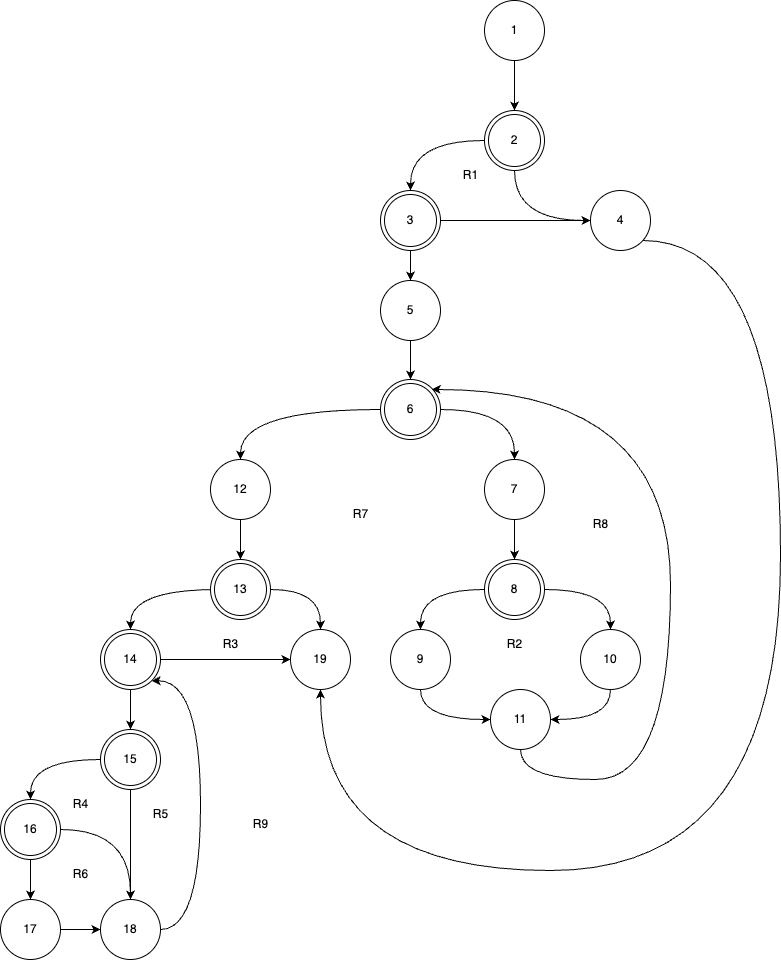
This is images/flowgraph.png from sersh4nt/tpo, a draw.io export, as it was before one commit. Source tidied: cells renumbered, new cells last; positions are measured from the earlier drawing's top-left corner, leaving out a move shared by most shapes.
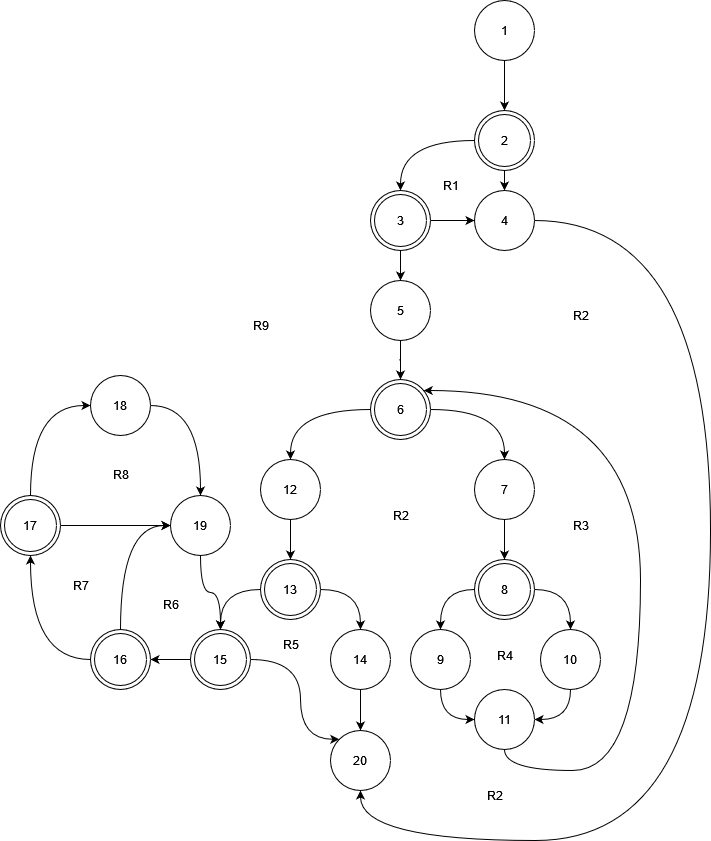
The same file after the commit.

What changed in the source:
```diff
@@ -5,7 +5,7 @@
     <mxCell id="2" style="edgeStyle=orthogonalEdgeStyle;curved=1;rounded=0;jettySize=auto;html=1;" parent="1" edge="1" source="4" target="11">
       <mxGeometry relative="1" as="geometry" />
     </mxCell>
-    <mxCell id="3" style="edgeStyle=orthogonalEdgeStyle;curved=1;rounded=0;jettySize=auto;html=1;entryX=0;entryY=0.5;entryDx=0;entryDy=0;exitX=0.5;exitY=1;exitDx=0;exitDy=0;" parent="1" edge="1" source="4" target="8">
+    <mxCell id="3" style="edgeStyle=orthogonalEdgeStyle;rounded=0;jettySize=auto;html=1;curved=1;" parent="1" edge="1" source="4" target="8">
       <mxGeometry relative="1" as="geometry" />
     </mxCell>
     <mxCell id="4" value="2" style="ellipse;shape=doubleEllipse;whiteSpace=wrap;html=1;" parent="1" vertex="1">
@@ -17,17 +17,17 @@
     <mxCell id="6" value="1" style="ellipse;whiteSpace=wrap;html=1;" parent="1" vertex="1">
       <mxGeometry x="484" width="60" height="60" as="geometry" />
     </mxCell>
-    <mxCell id="7" style="edgeStyle=orthogonalEdgeStyle;curved=1;rounded=0;jettySize=auto;html=1;entryX=0.5;entryY=1;entryDx=0;entryDy=0;" parent="1" edge="1" source="8" target="27">
-      <mxGeometry relative="1" as="geometry">
-        <Array as="points">
-          <mxPoint x="780" y="240" />
-          <mxPoint x="780" y="870" />
-          <mxPoint x="320" y="870" />
-        </Array>
-      </mxGeometry>
-    </mxCell>
+    <mxCell id="56" style="edgeStyle=orthogonalEdgeStyle;rounded=0;jettySize=auto;html=1;curved=1;" parent="1" edge="1" source="8" target="61">
+      <mxGeometry relative="1" as="geometry">
+        <Array as="points">
+          <mxPoint x="720" y="220" />
+          <mxPoint x="720" y="840" />
+          <mxPoint x="370" y="840" />
+        </Array>
+      </mxGeometry>
+    </mxCell>
     <mxCell id="8" value="4" style="ellipse;whiteSpace=wrap;html=1;" parent="1" vertex="1">
-      <mxGeometry x="590" y="190" width="60" height="60" as="geometry" />
+      <mxGeometry x="484" y="190" width="60" height="60" as="geometry" />
     </mxCell>
     <mxCell id="9" style="edgeStyle=orthogonalEdgeStyle;curved=1;rounded=0;jettySize=auto;html=1;" parent="1" edge="1" source="11" target="8">
       <mxGeometry relative="1" as="geometry" />
@@ -44,12 +44,12 @@
     <mxCell id="13" value="5" style="ellipse;whiteSpace=wrap;html=1;" parent="1" vertex="1">
       <mxGeometry x="380" y="280" width="60" height="60" as="geometry" />
     </mxCell>
+    <mxCell id="15" style="edgeStyle=orthogonalEdgeStyle;curved=1;rounded=0;jettySize=auto;html=1;" parent="1" edge="1" source="16" target="20">
+      <mxGeometry relative="1" as="geometry" />
+    </mxCell>
-    <mxCell id="14" style="edgeStyle=orthogonalEdgeStyle;curved=1;rounded=0;jettySize=auto;html=1;" parent="1" edge="1" source="16" target="18">
+    <mxCell id="14" style="edgeStyle=orthogonalEdgeStyle;rounded=0;jettySize=auto;html=1;curved=1;" parent="1" edge="1" source="16" target="18">
       <mxGeometry relative="1" as="geometry" />
     </mxCell>
-    <mxCell id="15" style="edgeStyle=orthogonalEdgeStyle;curved=1;rounded=0;jettySize=auto;html=1;" parent="1" edge="1" source="16" target="20">
-      <mxGeometry relative="1" as="geometry" />
-    </mxCell>
     <mxCell id="16" value="6" style="ellipse;shape=doubleEllipse;whiteSpace=wrap;html=1;" parent="1" vertex="1">
       <mxGeometry x="380" y="379" width="60" height="60" as="geometry" />
     </mxCell>
@@ -57,7 +57,7 @@
       <mxGeometry relative="1" as="geometry" />
     </mxCell>
     <mxCell id="18" value="12" style="ellipse;whiteSpace=wrap;html=1;" parent="1" vertex="1">
-      <mxGeometry x="210" y="459" width="60" height="60" as="geometry" />
+      <mxGeometry x="270" y="459" width="60" height="60" as="geometry" />
     </mxCell>
     <mxCell id="19" style="edgeStyle=orthogonalEdgeStyle;curved=1;rounded=0;jettySize=auto;html=1;entryX=0.5;entryY=0;entryDx=0;entryDy=0;" parent="1" edge="1" source="20" target="23">
       <mxGeometry relative="1" as="geometry" />
@@ -74,126 +74,140 @@
     <mxCell id="23" value="8" style="ellipse;shape=doubleEllipse;whiteSpace=wrap;html=1;" parent="1" vertex="1">
       <mxGeometry x="484" y="559" width="60" height="60" as="geometry" />
     </mxCell>
-    <mxCell id="24" style="edgeStyle=orthogonalEdgeStyle;curved=1;rounded=0;jettySize=auto;html=1;entryX=1;entryY=0.5;entryDx=0;entryDy=0;" parent="1" edge="1" source="25" target="31">
+    <mxCell id="24" style="edgeStyle=orthogonalEdgeStyle;rounded=0;jettySize=auto;html=1;entryX=1;entryY=0.5;entryDx=0;entryDy=0;curved=1;" parent="1" edge="1" source="25" target="31">
       <mxGeometry relative="1" as="geometry">
         <Array as="points">
-          <mxPoint x="610" y="719" />
+          <mxPoint x="580" y="719" />
         </Array>
       </mxGeometry>
     </mxCell>
     <mxCell id="25" value="10" style="ellipse;whiteSpace=wrap;html=1;" parent="1" vertex="1">
-      <mxGeometry x="580" y="629" width="60" height="60" as="geometry" />
+      <mxGeometry x="550" y="629" width="60" height="60" as="geometry" />
     </mxCell>
-    <mxCell id="26" value="R1" style="text;html=1;align=center;verticalAlign=middle;strokeColor=none;fillColor=none;" parent="1" vertex="1">
-      <mxGeometry x="450" y="160" width="40" height="30" as="geometry" />
-    </mxCell>
-    <mxCell id="27" value="19" style="ellipse;whiteSpace=wrap;html=1;" parent="1" vertex="1">
-      <mxGeometry x="290" y="629" width="60" height="60" as="geometry" />
-    </mxCell>
-    <mxCell id="28" style="edgeStyle=orthogonalEdgeStyle;curved=1;rounded=0;jettySize=auto;html=1;entryX=0;entryY=0.5;entryDx=0;entryDy=0;" parent="1" edge="1" source="29" target="31">
+    <mxCell id="28" style="edgeStyle=orthogonalEdgeStyle;rounded=0;jettySize=auto;html=1;curved=1;exitX=0.5;exitY=1;exitDx=0;exitDy=0;" parent="1" edge="1" source="29" target="31">
       <mxGeometry relative="1" as="geometry">
         <Array as="points">
-          <mxPoint x="420" y="719" />
+          <mxPoint x="450" y="719" />
         </Array>
       </mxGeometry>
     </mxCell>
     <mxCell id="29" value="9" style="ellipse;whiteSpace=wrap;html=1;" parent="1" vertex="1">
-      <mxGeometry x="390" y="629" width="60" height="60" as="geometry" />
+      <mxGeometry x="420" y="629" width="60" height="60" as="geometry" />
     </mxCell>
-    <mxCell id="30" style="edgeStyle=orthogonalEdgeStyle;curved=1;rounded=0;jettySize=auto;html=1;entryX=1;entryY=0;entryDx=0;entryDy=0;" parent="1" edge="1" source="31" target="16">
+    <mxCell id="30" style="edgeStyle=orthogonalEdgeStyle;rounded=0;jettySize=auto;html=1;curved=1;" parent="1" edge="1" source="31" target="16">
       <mxGeometry relative="1" as="geometry">
         <Array as="points">
-          <mxPoint x="520" y="779" />
-          <mxPoint x="670" y="779" />
-          <mxPoint x="670" y="389" />
-          <mxPoint x="431" y="389" />
+          <mxPoint x="514" y="770" />
+          <mxPoint x="650" y="770" />
+          <mxPoint x="650" y="390" />
         </Array>
       </mxGeometry>
     </mxCell>
     <mxCell id="31" value="11" style="ellipse;whiteSpace=wrap;html=1;" parent="1" vertex="1">
-      <mxGeometry x="490" y="689" width="60" height="60" as="geometry" />
+      <mxGeometry x="484" y="689" width="60" height="60" as="geometry" />
     </mxCell>
-    <mxCell id="32" style="edgeStyle=orthogonalEdgeStyle;curved=1;rounded=0;jettySize=auto;html=1;" parent="1" edge="1" target="37">
-      <mxGeometry relative="1" as="geometry">
-        <mxPoint x="217.6" y="589" as="sourcePoint" />
-        <Array as="points">
-          <mxPoint x="130" y="589" />
-        </Array>
-      </mxGeometry>
-    </mxCell>
-    <mxCell id="33" style="edgeStyle=orthogonalEdgeStyle;curved=1;rounded=0;jettySize=auto;html=1;" parent="1" edge="1" source="34" target="27">
+    <mxCell id="33" style="edgeStyle=orthogonalEdgeStyle;curved=1;rounded=0;jettySize=auto;html=1;" parent="1" edge="1" source="34" target="60">
       <mxGeometry relative="1" as="geometry" />
     </mxCell>
+    <mxCell id="57" style="edgeStyle=orthogonalEdgeStyle;rounded=0;jettySize=auto;html=1;curved=1;" parent="1" edge="1" source="34" target="37">
+      <mxGeometry relative="1" as="geometry" />
+    </mxCell>
     <mxCell id="34" value="13" style="ellipse;shape=doubleEllipse;whiteSpace=wrap;html=1;" parent="1" vertex="1">
-      <mxGeometry x="210" y="559" width="60" height="60" as="geometry" />
+      <mxGeometry x="270" y="559" width="60" height="60" as="geometry" />
     </mxCell>
     <mxCell id="35" style="edgeStyle=orthogonalEdgeStyle;curved=1;rounded=0;jettySize=auto;html=1;" parent="1" edge="1" source="37" target="40">
       <mxGeometry relative="1" as="geometry" />
     </mxCell>
-    <mxCell id="36" style="edgeStyle=orthogonalEdgeStyle;curved=1;rounded=0;jettySize=auto;html=1;" parent="1" edge="1" source="37" target="27">
-      <mxGeometry relative="1" as="geometry" />
-    </mxCell>
+    <mxCell id="58" style="edgeStyle=orthogonalEdgeStyle;rounded=0;jettySize=auto;html=1;entryX=0;entryY=0;entryDx=0;entryDy=0;curved=1;" parent="1" edge="1" source="37" target="61">
+      <mxGeometry relative="1" as="geometry">
+        <Array as="points">
+          <mxPoint x="310" y="659" />
+          <mxPoint x="310" y="739" />
+        </Array>
+      </mxGeometry>
+    </mxCell>
-    <mxCell id="37" value="14" style="ellipse;shape=doubleEllipse;whiteSpace=wrap;html=1;" parent="1" vertex="1">
-      <mxGeometry x="100" y="629" width="60" height="60" as="geometry" />
+    <mxCell id="37" value="15" style="ellipse;shape=doubleEllipse;whiteSpace=wrap;html=1;" parent="1" vertex="1">
+      <mxGeometry x="200" y="629" width="60" height="60" as="geometry" />
     </mxCell>
+    <mxCell id="39" style="edgeStyle=orthogonalEdgeStyle;curved=1;rounded=0;jettySize=auto;html=1;" parent="1" edge="1" source="40" target="43">
+      <mxGeometry relative="1" as="geometry" />
+    </mxCell>
-    <mxCell id="38" style="edgeStyle=orthogonalEdgeStyle;curved=1;rounded=0;jettySize=auto;html=1;entryX=0.5;entryY=0;entryDx=0;entryDy=0;" parent="1" edge="1" source="40" target="47">
-      <mxGeometry relative="1" as="geometry" />
+    <mxCell id="38" style="edgeStyle=orthogonalEdgeStyle;rounded=0;jettySize=auto;html=1;curved=1;" parent="1" edge="1" source="40" target="47">
+      <mxGeometry relative="1" as="geometry">
+        <Array as="points">
+          <mxPoint x="130" y="525" />
+        </Array>
+      </mxGeometry>
     </mxCell>
-    <mxCell id="39" style="edgeStyle=orthogonalEdgeStyle;curved=1;rounded=0;jettySize=auto;html=1;" parent="1" edge="1" source="40" target="43">
-      <mxGeometry relative="1" as="geometry" />
-    </mxCell>
-    <mxCell id="40" value="15" style="ellipse;shape=doubleEllipse;whiteSpace=wrap;html=1;" parent="1" vertex="1">
-      <mxGeometry x="100" y="729" width="60" height="60" as="geometry" />
+    <mxCell id="40" value="16" style="ellipse;shape=doubleEllipse;whiteSpace=wrap;html=1;" parent="1" vertex="1">
+      <mxGeometry x="100" y="629" width="60" height="60" as="geometry" />
     </mxCell>
     <mxCell id="41" style="edgeStyle=orthogonalEdgeStyle;curved=1;rounded=0;jettySize=auto;html=1;" parent="1" edge="1" source="43" target="47">
       <mxGeometry relative="1" as="geometry" />
     </mxCell>
     <mxCell id="42" style="edgeStyle=orthogonalEdgeStyle;curved=1;rounded=0;jettySize=auto;html=1;" parent="1" edge="1" source="43" target="45">
-      <mxGeometry relative="1" as="geometry" />
+      <mxGeometry relative="1" as="geometry">
+        <Array as="points">
+          <mxPoint x="40" y="405" />
+        </Array>
+      </mxGeometry>
     </mxCell>
-    <mxCell id="43" value="16" style="ellipse;shape=doubleEllipse;whiteSpace=wrap;html=1;" parent="1" vertex="1">
-      <mxGeometry y="799" width="60" height="60" as="geometry" />
+    <mxCell id="43" value="17" style="ellipse;shape=doubleEllipse;whiteSpace=wrap;html=1;" parent="1" vertex="1">
+      <mxGeometry x="10" y="495" width="60" height="60" as="geometry" />
     </mxCell>
     <mxCell id="44" style="edgeStyle=orthogonalEdgeStyle;curved=1;rounded=0;jettySize=auto;html=1;" parent="1" edge="1" source="45" target="47">
       <mxGeometry relative="1" as="geometry" />
     </mxCell>
-    <mxCell id="45" value="17" style="ellipse;whiteSpace=wrap;html=1;" parent="1" vertex="1">
-      <mxGeometry y="899" width="60" height="60" as="geometry" />
+    <mxCell id="45" value="18" style="ellipse;whiteSpace=wrap;html=1;" parent="1" vertex="1">
+      <mxGeometry x="100" y="375" width="60" height="60" as="geometry" />
     </mxCell>
-    <mxCell id="46" style="edgeStyle=orthogonalEdgeStyle;curved=1;rounded=0;jettySize=auto;html=1;entryX=1;entryY=1;entryDx=0;entryDy=0;" parent="1" edge="1" source="47" target="37">
-      <mxGeometry relative="1" as="geometry">
-        <Array as="points">
-          <mxPoint x="200" y="929" />
-          <mxPoint x="200" y="680" />
-        </Array>
-      </mxGeometry>
+    <mxCell id="46" style="edgeStyle=orthogonalEdgeStyle;rounded=0;jettySize=auto;html=1;curved=1;" parent="1" edge="1" source="47" target="37">
+      <mxGeometry relative="1" as="geometry" />
     </mxCell>
-    <mxCell id="47" value="18" style="ellipse;whiteSpace=wrap;html=1;" parent="1" vertex="1">
-      <mxGeometry x="100" y="899" width="60" height="60" as="geometry" />
+    <mxCell id="47" value="19" style="ellipse;whiteSpace=wrap;html=1;" parent="1" vertex="1">
+      <mxGeometry x="180" y="495" width="60" height="60" as="geometry" />
     </mxCell>
-    <mxCell id="48" value="R2" style="text;html=1;align=center;verticalAlign=middle;strokeColor=none;fillColor=none;" parent="1" vertex="1">
-      <mxGeometry x="494" y="629" width="40" height="30" as="geometry" />
-    </mxCell>
+    <mxCell id="59" style="edgeStyle=orthogonalEdgeStyle;rounded=0;jettySize=auto;html=1;" parent="1" edge="1" source="60" target="61">
+      <mxGeometry relative="1" as="geometry" />
+    </mxCell>
+    <mxCell id="60" value="14" style="ellipse;whiteSpace=wrap;html=1;" parent="1" vertex="1">
+      <mxGeometry x="340" y="629" width="60" height="60" as="geometry" />
+    </mxCell>
+    <mxCell id="61" value="20" style="ellipse;whiteSpace=wrap;html=1;" parent="1" vertex="1">
+      <mxGeometry x="340" y="730" width="60" height="60" as="geometry" />
+    </mxCell>
+    <mxCell id="26" value="R1" style="text;html=1;align=center;verticalAlign=middle;strokeColor=none;fillColor=none;" parent="1" vertex="1">
+      <mxGeometry x="440" y="170" width="40" height="30" as="geometry" />
+    </mxCell>
+    <mxCell id="62" value="R2" style="text;html=1;align=center;verticalAlign=middle;strokeColor=none;fillColor=none;" parent="1" vertex="1">
+      <mxGeometry x="570" y="300" width="40" height="30" as="geometry" />
+    </mxCell>
     <mxCell id="49" value="R3" style="text;html=1;align=center;verticalAlign=middle;strokeColor=none;fillColor=none;" parent="1" vertex="1">
-      <mxGeometry x="210" y="629" width="40" height="30" as="geometry" />
+      <mxGeometry x="570" y="510" width="40" height="30" as="geometry" />
     </mxCell>
+    <mxCell id="63" value="R2" style="text;html=1;align=center;verticalAlign=middle;strokeColor=none;fillColor=none;" parent="1" vertex="1">
+      <mxGeometry x="390" y="500" width="40" height="30" as="geometry" />
+    </mxCell>
+    <mxCell id="64" value="R2" style="text;html=1;align=center;verticalAlign=middle;strokeColor=none;fillColor=none;" parent="1" vertex="1">
+      <mxGeometry x="484" y="780" width="40" height="30" as="geometry" />
+    </mxCell>
     <mxCell id="50" value="R4" style="text;html=1;align=center;verticalAlign=middle;strokeColor=none;fillColor=none;" parent="1" vertex="1">
-      <mxGeometry x="60" y="789" width="40" height="30" as="geometry" />
+      <mxGeometry x="494" y="640" width="40" height="30" as="geometry" />
     </mxCell>
     <mxCell id="51" value="R5" style="text;html=1;align=center;verticalAlign=middle;strokeColor=none;fillColor=none;" parent="1" vertex="1">
-      <mxGeometry x="140" y="799" width="40" height="30" as="geometry" />
+      <mxGeometry x="280" y="629" width="40" height="30" as="geometry" />
     </mxCell>
     <mxCell id="52" value="R6" style="text;html=1;align=center;verticalAlign=middle;strokeColor=none;fillColor=none;" parent="1" vertex="1">
-      <mxGeometry x="60" y="859" width="40" height="30" as="geometry" />
+      <mxGeometry x="160" y="589" width="40" height="30" as="geometry" />
     </mxCell>
     <mxCell id="53" value="R7" style="text;html=1;align=center;verticalAlign=middle;strokeColor=none;fillColor=none;" parent="1" vertex="1">
-      <mxGeometry x="340" y="499" width="40" height="30" as="geometry" />
+      <mxGeometry x="70" y="570" width="40" height="30" as="geometry" />
     </mxCell>
+    <mxCell id="55" value="R8" style="text;html=1;align=center;verticalAlign=middle;strokeColor=none;fillColor=none;" parent="1" vertex="1">
+      <mxGeometry x="110" y="459" width="40" height="30" as="geometry" />
+    </mxCell>
     <mxCell id="54" value="R9" style="text;html=1;align=center;verticalAlign=middle;strokeColor=none;fillColor=none;" parent="1" vertex="1">
-      <mxGeometry x="240" y="809" width="40" height="30" as="geometry" />
+      <mxGeometry x="250" y="310" width="40" height="30" as="geometry" />
     </mxCell>
-    <mxCell id="55" value="R8" style="text;html=1;align=center;verticalAlign=middle;strokeColor=none;fillColor=none;" parent="1" vertex="1">
-      <mxGeometry x="580" y="509" width="40" height="30" as="geometry" />
-    </mxCell>
   </root>
 </mxGraphModel>
```
